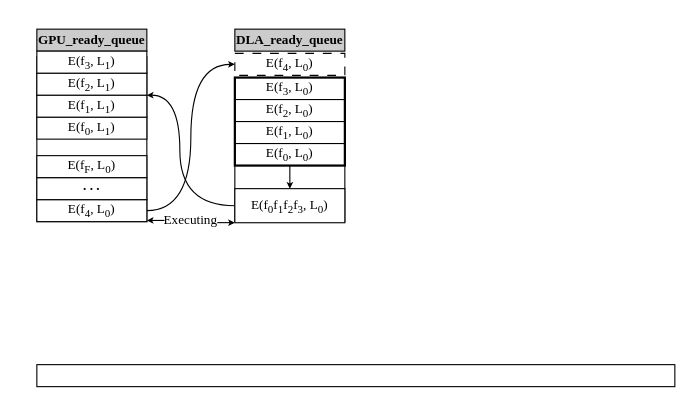
icszhr/hermes keeps this draw.io diagram as figures/design_pipeline.drawio. Above is the earlier version. Source tidied: cells renumbered, new cells numbered last; positions are measured from the earlier drawing's top-left corner, leaving out a move shared by most shapes. Both pictures are drawn from the tidied source at 110%, with x=0, y=0 at pixel (36, 29).
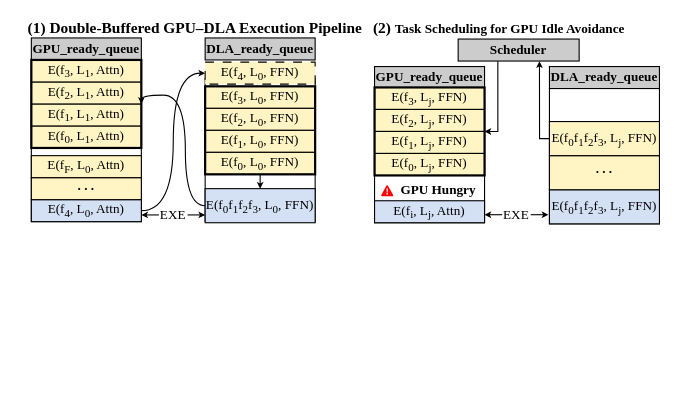
After the change.

What changed in the source:
```diff
@@
     <mxCell id="2" value="&lt;b&gt;GPU_ready_queue&lt;/b&gt;" style="rounded=0;whiteSpace=wrap;html=1;fontFamily=Times New Roman;fillColor=#CCCCCC;" parent="1" vertex="1">
-      <mxGeometry width="100" height="20" as="geometry" />
+      <mxGeometry x="-5" y="8" width="100" height="20" as="geometry" />
     </mxCell>
     <mxCell id="3" style="rounded=0;whiteSpace=wrap;html=1;fontFamily=Times New Roman;" parent="1" vertex="1">
-      <mxGeometry y="25" width="100" height="150" as="geometry" />
+      <mxGeometry x="-5" y="35" width="100" height="140" as="geometry" />
     </mxCell>
     <mxCell id="4" value="&lt;b&gt;DLA_ready_queue&lt;/b&gt;" style="rounded=0;whiteSpace=wrap;html=1;fontFamily=Times New Roman;fillColor=#CCCCCC;" parent="1" vertex="1">
-      <mxGeometry x="180" width="100" height="20" as="geometry" />
+      <mxGeometry x="153" y="8" width="100" height="20" as="geometry" />
     </mxCell>
     <mxCell id="5" style="rounded=0;whiteSpace=wrap;html=1;fontFamily=Times New Roman;" parent="1" vertex="1">
-      <mxGeometry x="180" y="45" width="100" height="130" as="geometry" />
+      <mxGeometry x="153" y="45" width="100" height="130" as="geometry" />
     </mxCell>
@@
-    <mxCell id="7" value="E(f&lt;sub&gt;4&lt;/sub&gt;, L&lt;sub&gt;0&lt;/sub&gt;)" style="rounded=0;whiteSpace=wrap;html=1;fontFamily=Times New Roman;" parent="1" vertex="1">
-      <mxGeometry y="155" width="100" height="20" as="geometry" />
+    <mxCell id="7" value="E(f&lt;sub&gt;4&lt;/sub&gt;, L&lt;sub&gt;0&lt;/sub&gt;, Attn)" style="rounded=0;whiteSpace=wrap;html=1;fontFamily=Times New Roman;fillColor=#D4E1F5;" parent="1" vertex="1">
+      <mxGeometry x="-5" y="155" width="100" height="20" as="geometry" />
     </mxCell>
-    <mxCell id="8" value="&lt;b style=&quot;line-height: 0%;&quot;&gt;. . .&lt;/b&gt;" style="rounded=0;whiteSpace=wrap;html=1;spacingTop=-4;fontFamily=Times New Roman;" parent="1" vertex="1">
-      <mxGeometry y="135" width="100" height="20" as="geometry" />
+    <mxCell id="8" value="&lt;b style=&quot;line-height: 0%;&quot;&gt;. . .&lt;/b&gt;" style="rounded=0;whiteSpace=wrap;html=1;spacingTop=-4;fontFamily=Times New Roman;fillColor=#FFF4C3;" parent="1" vertex="1">
+      <mxGeometry x="-5" y="135" width="100" height="20" as="geometry" />
     </mxCell>
-    <mxCell id="9" value="E(f&lt;sub&gt;F&lt;/sub&gt;, L&lt;sub&gt;0&lt;/sub&gt;)" style="rounded=0;whiteSpace=wrap;html=1;fontFamily=Times New Roman;" parent="1" vertex="1">
-      <mxGeometry y="115" width="100" height="20" as="geometry" />
+    <mxCell id="9" value="E(f&lt;sub&gt;F&lt;/sub&gt;, L&lt;sub&gt;0&lt;/sub&gt;, Attn)" style="rounded=0;whiteSpace=wrap;html=1;fontFamily=Times New Roman;fillColor=#FFF4C3;" parent="1" vertex="1">
+      <mxGeometry x="-5" y="115" width="100" height="20" as="geometry" />
     </mxCell>
-    <mxCell id="10" style="rounded=0;whiteSpace=wrap;html=1;" parent="1" vertex="1">
-      <mxGeometry y="305" width="580" height="20" as="geometry" />
+    <mxCell id="10" value="&lt;b&gt;Scheduler&lt;/b&gt;" style="rounded=0;whiteSpace=wrap;html=1;fontFamily=Times New Roman;fillColor=#CCCCCC;" parent="1" vertex="1">
+      <mxGeometry x="383" y="9" width="110" height="20" as="geometry" />
     </mxCell>
-    <mxCell id="11" value="E(f&lt;sub&gt;3&lt;/sub&gt;, L&lt;sub&gt;0&lt;/sub&gt;)" style="rounded=0;whiteSpace=wrap;html=1;fontFamily=Times New Roman;" parent="1" vertex="1">
-      <mxGeometry x="180" y="44" width="100" height="20" as="geometry" />
+    <mxCell id="11" value="E(f&lt;sub&gt;3&lt;/sub&gt;, L&lt;sub&gt;0&lt;/sub&gt;, FFN)" style="rounded=0;whiteSpace=wrap;html=1;fontFamily=Times New Roman;fillColor=#FFF4C3;" parent="1" vertex="1">
+      <mxGeometry x="153" y="52" width="100" height="20" as="geometry" />
     </mxCell>
-    <mxCell id="12" value="E(f&lt;sub&gt;2&lt;/sub&gt;, L&lt;sub&gt;0&lt;/sub&gt;)" style="rounded=0;whiteSpace=wrap;html=1;fontFamily=Times New Roman;" parent="1" vertex="1">
-      <mxGeometry x="180" y="64" width="100" height="20" as="geometry" />
+    <mxCell id="12" value="E(f&lt;sub&gt;2&lt;/sub&gt;, L&lt;sub&gt;0&lt;/sub&gt;, FFN)" style="rounded=0;whiteSpace=wrap;html=1;fontFamily=Times New Roman;fillColor=#FFF4C3;" parent="1" vertex="1">
+      <mxGeometry x="153" y="72" width="100" height="20" as="geometry" />
     </mxCell>
-    <mxCell id="13" value="E(f&lt;sub&gt;1&lt;/sub&gt;, L&lt;sub&gt;0&lt;/sub&gt;)" style="rounded=0;whiteSpace=wrap;html=1;fontFamily=Times New Roman;" parent="1" vertex="1">
-      <mxGeometry x="180" y="84" width="100" height="20" as="geometry" />
+    <mxCell id="13" value="E(f&lt;sub&gt;1&lt;/sub&gt;, L&lt;sub&gt;0&lt;/sub&gt;, FFN)" style="rounded=0;whiteSpace=wrap;html=1;fontFamily=Times New Roman;fillColor=#FFF4C3;" parent="1" vertex="1">
+      <mxGeometry x="153" y="92" width="100" height="20" as="geometry" />
     </mxCell>
-    <mxCell id="14" value="E(f&lt;sub&gt;0&lt;/sub&gt;, L&lt;sub&gt;1&lt;/sub&gt;)" style="rounded=0;whiteSpace=wrap;html=1;fontFamily=Times New Roman;" parent="1" vertex="1">
-      <mxGeometry y="80" width="100" height="20" as="geometry" />
+    <mxCell id="14" value="E(f&lt;sub&gt;0&lt;/sub&gt;, L&lt;sub&gt;1&lt;/sub&gt;, Attn)" style="rounded=0;whiteSpace=wrap;html=1;fontFamily=Times New Roman;fillColor=#FFF4C3;" parent="1" vertex="1">
+      <mxGeometry x="-5" y="88" width="100" height="20" as="geometry" />
     </mxCell>
-    <mxCell id="15" value="E(f&lt;sub&gt;1&lt;/sub&gt;, L&lt;sub&gt;1&lt;/sub&gt;)" style="rounded=0;whiteSpace=wrap;html=1;fontFamily=Times New Roman;" parent="1" vertex="1">
-      <mxGeometry y="60" width="100" height="20" as="geometry" />
+    <mxCell id="15" value="E(f&lt;sub&gt;1&lt;/sub&gt;, L&lt;sub&gt;1&lt;/sub&gt;, Attn)" style="rounded=0;whiteSpace=wrap;html=1;fontFamily=Times New Roman;fillColor=#FFF4C3;" parent="1" vertex="1">
+      <mxGeometry x="-5" y="68" width="100" height="20" as="geometry" />
     </mxCell>
-    <mxCell id="16" value="E(f&lt;sub&gt;2&lt;/sub&gt;, L&lt;sub&gt;1&lt;/sub&gt;)" style="rounded=0;whiteSpace=wrap;html=1;fontFamily=Times New Roman;" parent="1" vertex="1">
-      <mxGeometry y="40" width="100" height="20" as="geometry" />
+    <mxCell id="16" value="E(f&lt;sub&gt;2&lt;/sub&gt;, L&lt;sub&gt;1&lt;/sub&gt;, Attn)" style="rounded=0;whiteSpace=wrap;html=1;fontFamily=Times New Roman;fillColor=#FFF4C3;" parent="1" vertex="1">
+      <mxGeometry x="-5" y="48" width="100" height="20" as="geometry" />
     </mxCell>
-    <mxCell id="17" value="&lt;font face=&quot;Times New Roman&quot;&gt;Executing&lt;/font&gt;" style="text;html=1;whiteSpace=wrap;strokeColor=none;fillColor=none;align=center;verticalAlign=middle;rounded=0;" parent="1" vertex="1">
-      <mxGeometry x="110" y="172" width="60" height="4" as="geometry" />
+    <mxCell id="17" value="&lt;font face=&quot;Times New Roman&quot;&gt;EXE&lt;/font&gt;" style="text;html=1;whiteSpace=wrap;strokeColor=none;fillColor=none;align=center;verticalAlign=middle;rounded=0;" parent="1" vertex="1">
+      <mxGeometry x="94" y="167" width="60" height="4" as="geometry" />
     </mxCell>
     <mxCell id="18" style="endArrow=classic;html=1;rounded=0;endSize=3;" parent="1" edge="1">
       <mxGeometry relative="1" as="geometry">
-        <mxPoint x="116" y="173.9" as="sourcePoint" />
-        <mxPoint x="100" y="173.9" as="targetPoint" />
+        <mxPoint x="111" y="168.9" as="sourcePoint" />
+        <mxPoint x="95" y="168.9" as="targetPoint" />
       </mxGeometry>
     </mxCell>
     <mxCell id="19" style="endArrow=none;html=1;rounded=0;endSize=3;endFill=0;startArrow=classic;startFill=1;startSize=3;" parent="1" edge="1">
       <mxGeometry relative="1" as="geometry">
-        <mxPoint x="180" y="175.9" as="sourcePoint" />
-        <mxPoint x="164" y="175.9" as="targetPoint" />
+        <mxPoint x="153" y="168.9" as="sourcePoint" />
+        <mxPoint x="137" y="168.9" as="targetPoint" />
       </mxGeometry>
     </mxCell>
     <mxCell id="20" style="edgeStyle=orthogonalEdgeStyle;rounded=0;jettySize=auto;html=1;exitX=0;exitY=0.5;exitDx=0;exitDy=0;entryX=1;entryY=1;entryDx=0;entryDy=0;curved=1;endSize=3;" parent="1" edge="1" source="21" target="16">
       <mxGeometry relative="1" as="geometry">
         <Array as="points">
-          <mxPoint x="130" y="160" />
-          <mxPoint x="130" y="60" />
+          <mxPoint x="135" y="161" />
+          <mxPoint x="135" y="60" />
         </Array>
       </mxGeometry>
     </mxCell>
-    <mxCell id="21" value="E(f&lt;sub&gt;0&lt;/sub&gt;f&lt;sub&gt;1&lt;/sub&gt;f&lt;sub&gt;2&lt;/sub&gt;f&lt;sub&gt;3&lt;/sub&gt;, L&lt;sub&gt;0&lt;/sub&gt;)" style="rounded=0;whiteSpace=wrap;html=1;fontFamily=Times New Roman;" parent="1" vertex="1">
-      <mxGeometry x="180" y="145" width="100" height="31" as="geometry" />
+    <mxCell id="21" value="E(f&lt;sub&gt;0&lt;/sub&gt;f&lt;sub&gt;1&lt;/sub&gt;f&lt;sub&gt;2&lt;/sub&gt;f&lt;sub&gt;3&lt;/sub&gt;, L&lt;sub&gt;0&lt;/sub&gt;, FFN)" style="rounded=0;whiteSpace=wrap;html=1;fontFamily=Times New Roman;fillColor=#D4E1F5;" parent="1" vertex="1">
+      <mxGeometry x="153" y="145" width="100" height="31" as="geometry" />
     </mxCell>
-    <mxCell id="22" value="E(f&lt;sub&gt;0&lt;/sub&gt;, L&lt;sub&gt;0&lt;/sub&gt;)" style="rounded=0;whiteSpace=wrap;html=1;fontFamily=Times New Roman;" parent="1" vertex="1">
-      <mxGeometry x="180" y="104" width="100" height="20" as="geometry" />
+    <mxCell id="22" value="E(f&lt;sub&gt;0&lt;/sub&gt;, L&lt;sub&gt;0&lt;/sub&gt;, FFN)" style="rounded=0;whiteSpace=wrap;html=1;fontFamily=Times New Roman;fillColor=#FFF4C3;" parent="1" vertex="1">
+      <mxGeometry x="153" y="112" width="100" height="20" as="geometry" />
     </mxCell>
@@
     <mxCell id="24" style="rounded=0;whiteSpace=wrap;html=1;strokeWidth=2;fillColor=none;" parent="1" vertex="1">
-      <mxGeometry x="180" y="44" width="100" height="80" as="geometry" />
+      <mxGeometry x="153" y="52" width="100" height="80" as="geometry" />
     </mxCell>
-    <mxCell id="25" value="E(f&lt;sub&gt;3&lt;/sub&gt;, L&lt;sub&gt;1&lt;/sub&gt;)" style="rounded=0;whiteSpace=wrap;html=1;fontFamily=Times New Roman;" parent="1" vertex="1">
-      <mxGeometry y="20" width="100" height="20" as="geometry" />
+    <mxCell id="25" value="E(f&lt;sub&gt;3&lt;/sub&gt;, L&lt;sub&gt;1&lt;/sub&gt;, Attn)" style="rounded=0;whiteSpace=wrap;html=1;fontFamily=Times New Roman;fillColor=#FFF4C3;" parent="1" vertex="1">
+      <mxGeometry x="-5" y="28" width="100" height="20" as="geometry" />
     </mxCell>
-    <mxCell id="26" value="E(f&lt;sub&gt;4&lt;/sub&gt;, L&lt;sub&gt;0&lt;/sub&gt;)" style="rounded=0;whiteSpace=wrap;html=1;fontFamily=Times New Roman;dashed=1;dashPattern=8 8;" parent="1" vertex="1">
-      <mxGeometry x="180" y="22" width="100" height="20" as="geometry" />
+    <mxCell id="26" value="E(f&lt;sub&gt;4&lt;/sub&gt;, L&lt;sub&gt;0&lt;/sub&gt;, FFN)" style="rounded=0;whiteSpace=wrap;html=1;fontFamily=Times New Roman;dashed=1;dashPattern=8 8;fillColor=#FFF4C3;" parent="1" vertex="1">
+      <mxGeometry x="153" y="30" width="100" height="20" as="geometry" />
     </mxCell>
+    <mxCell id="27" value="&lt;b&gt;GPU_ready_queue&lt;/b&gt;" style="rounded=0;whiteSpace=wrap;html=1;fontFamily=Times New Roman;fillColor=#CCCCCC;" parent="1" vertex="1">
+      <mxGeometry x="307" y="34" width="100" height="20" as="geometry" />
+    </mxCell>
+    <mxCell id="28" value="&lt;b&gt;DLA_ready_queue&lt;/b&gt;" style="rounded=0;whiteSpace=wrap;html=1;fontFamily=Times New Roman;fillColor=#CCCCCC;" parent="1" vertex="1">
+      <mxGeometry x="466" y="34" width="100" height="20" as="geometry" />
+    </mxCell>
+    <mxCell id="29" style="rounded=0;whiteSpace=wrap;html=1;fontFamily=Times New Roman;" parent="1" vertex="1">
+      <mxGeometry x="307" y="65" width="100" height="111" as="geometry" />
+    </mxCell>
+    <mxCell id="30" style="rounded=0;whiteSpace=wrap;html=1;fontFamily=Times New Roman;" parent="1" vertex="1">
+      <mxGeometry x="466" y="54" width="100" height="123" as="geometry" />
+    </mxCell>
+    <mxCell id="31" style="rounded=0;whiteSpace=wrap;html=1;strokeWidth=2;fillColor=none;" parent="1" vertex="1">
+      <mxGeometry x="-5" y="28" width="100" height="80" as="geometry" />
+    </mxCell>
+    <mxCell id="32" value="E(f&lt;sub&gt;i&lt;/sub&gt;, L&lt;sub&gt;j&lt;/sub&gt;, Attn)" style="rounded=0;whiteSpace=wrap;html=1;fontFamily=Times New Roman;fillColor=#D4E1F5;" parent="1" vertex="1">
+      <mxGeometry x="307" y="156" width="100" height="20" as="geometry" />
+    </mxCell>
+    <mxCell id="33" value="E(f&lt;sub&gt;0&lt;/sub&gt;f&lt;sub&gt;1&lt;/sub&gt;f&lt;sub&gt;2&lt;/sub&gt;f&lt;sub&gt;3&lt;/sub&gt;, L&lt;sub&gt;j&lt;/sub&gt;, FFN)" style="rounded=0;whiteSpace=wrap;html=1;fontFamily=Times New Roman;fillColor=#D4E1F5;" parent="1" vertex="1">
+      <mxGeometry x="466" y="146" width="100" height="31" as="geometry" />
+    </mxCell>
+    <mxCell id="34" value="&lt;font face=&quot;Times New Roman&quot;&gt;EXE&lt;/font&gt;" style="text;html=1;whiteSpace=wrap;strokeColor=none;fillColor=none;align=center;verticalAlign=middle;rounded=0;" parent="1" vertex="1">
+      <mxGeometry x="406" y="166.8" width="60" height="4" as="geometry" />
+    </mxCell>
+    <mxCell id="35" style="endArrow=classic;html=1;rounded=0;endSize=3;" parent="1" edge="1">
+      <mxGeometry relative="1" as="geometry">
+        <mxPoint x="423" y="168.7" as="sourcePoint" />
+        <mxPoint x="407" y="168.7" as="targetPoint" />
+      </mxGeometry>
+    </mxCell>
+    <mxCell id="36" style="endArrow=none;html=1;rounded=0;endSize=3;endFill=0;startArrow=classic;startFill=1;startSize=3;" parent="1" edge="1">
+      <mxGeometry relative="1" as="geometry">
+        <mxPoint x="465" y="168.7" as="sourcePoint" />
+        <mxPoint x="449" y="168.7" as="targetPoint" />
+      </mxGeometry>
+    </mxCell>
+    <mxCell id="37" value="&lt;b style=&quot;line-height: 0px;&quot;&gt;. . .&lt;/b&gt;" style="rounded=0;whiteSpace=wrap;html=1;fontFamily=Times New Roman;fillColor=#FFF4C3;spacingTop=-7;" parent="1" vertex="1">
+      <mxGeometry x="466" y="115" width="100" height="31" as="geometry" />
+    </mxCell>
+    <mxCell id="38" value="E(f&lt;sub&gt;0&lt;/sub&gt;f&lt;sub&gt;1&lt;/sub&gt;f&lt;sub&gt;2&lt;/sub&gt;f&lt;sub&gt;3&lt;/sub&gt;, L&lt;sub&gt;j&lt;/sub&gt;, FFN)" style="rounded=0;whiteSpace=wrap;html=1;fontFamily=Times New Roman;fillColor=#FFF4C3;" parent="1" vertex="1">
+      <mxGeometry x="466" y="84" width="100" height="31" as="geometry" />
+    </mxCell>
+    <mxCell id="39" style="edgeStyle=orthogonalEdgeStyle;rounded=0;jettySize=auto;html=1;exitX=0;exitY=0.5;exitDx=0;exitDy=0;endSize=3;entryX=0.672;entryY=1.005;entryDx=0;entryDy=0;entryPerimeter=0;" parent="1" edge="1" source="38" target="10">
+      <mxGeometry relative="1" as="geometry">
+        <Array as="points">
+          <mxPoint x="457" y="99" />
+          <mxPoint x="457" y="98" />
+          <mxPoint x="457" y="98" />
+        </Array>
+      </mxGeometry>
+    </mxCell>
+    <mxCell id="40" value="E(f&lt;sub&gt;3&lt;/sub&gt;, L&lt;sub&gt;j&lt;/sub&gt;, FFN)" style="rounded=0;whiteSpace=wrap;html=1;fontFamily=Times New Roman;fillColor=#FFF4C3;" parent="1" vertex="1">
+      <mxGeometry x="307" y="53" width="100" height="20" as="geometry" />
+    </mxCell>
+    <mxCell id="41" value="E(f&lt;sub&gt;2&lt;/sub&gt;, L&lt;sub&gt;j&lt;/sub&gt;, FFN)" style="rounded=0;whiteSpace=wrap;html=1;fontFamily=Times New Roman;fillColor=#FFF4C3;" parent="1" vertex="1">
+      <mxGeometry x="307" y="73" width="100" height="20" as="geometry" />
+    </mxCell>
+    <mxCell id="42" value="E(f&lt;sub&gt;1&lt;/sub&gt;, L&lt;sub&gt;j&lt;/sub&gt;, FFN)" style="rounded=0;whiteSpace=wrap;html=1;fontFamily=Times New Roman;fillColor=#FFF4C3;" parent="1" vertex="1">
+      <mxGeometry x="307" y="93" width="100" height="20" as="geometry" />
+    </mxCell>
+    <mxCell id="43" value="E(f&lt;sub&gt;0&lt;/sub&gt;, L&lt;sub&gt;j&lt;/sub&gt;, FFN)" style="rounded=0;whiteSpace=wrap;html=1;fontFamily=Times New Roman;fillColor=#FFF4C3;" parent="1" vertex="1">
+      <mxGeometry x="307" y="113" width="100" height="20" as="geometry" />
+    </mxCell>
+    <mxCell id="44" style="rounded=0;whiteSpace=wrap;html=1;strokeWidth=2;fillColor=none;" parent="1" vertex="1">
+      <mxGeometry x="307" y="53" width="100" height="80" as="geometry" />
+    </mxCell>
+    <mxCell id="45" value="&lt;b style=&quot;forced-color-adjust: none; color: rgb(0, 0, 0); font-family: &amp;quot;Times New Roman&amp;quot;; font-size: 12px; font-style: normal; font-variant-ligatures: normal; font-variant-caps: normal; letter-spacing: normal; orphans: 2; text-align: center; text-indent: 0px; text-transform: none; widows: 2; word-spacing: 0px; -webkit-text-stroke-width: 0px; white-space: normal; text-decoration-thickness: initial; text-decoration-style: initial; text-decoration-color: initial;&quot;&gt;GPU Hungry&lt;/b&gt;" style="text;whiteSpace=wrap;html=1;labelBackgroundColor=none;" parent="1" vertex="1">
+      <mxGeometry x="329" y="132" width="80" height="20" as="geometry" />
+    </mxCell>
+    <mxCell id="46" style="verticalLabelPosition=bottom;html=1;verticalAlign=top;align=center;strokeColor=none;fillColor=#FF0000;shape=mxgraph.azure.azure_alert;" parent="1" vertex="1">
+      <mxGeometry x="313" y="142" width="11" height="10" as="geometry" />
+    </mxCell>
+    <mxCell id="47" style="edgeStyle=orthogonalEdgeStyle;rounded=0;jettySize=auto;html=1;exitX=1;exitY=0.5;exitDx=0;exitDy=0;entryX=0.328;entryY=1.011;entryDx=0;entryDy=0;entryPerimeter=0;startArrow=classic;startFill=1;endArrow=none;endFill=0;startSize=3;" parent="1" edge="1" source="44" target="10">
+      <mxGeometry relative="1" as="geometry">
+        <Array as="points">
+          <mxPoint x="419" y="93" />
+        </Array>
+      </mxGeometry>
+    </mxCell>
+    <mxCell id="48" value="&lt;font face=&quot;Times New Roman&quot; style=&quot;font-size: 14px;&quot;&gt;&lt;b&gt;(1)&amp;nbsp;Double-Buffered GPU–DLA Execution Pipeline&lt;/b&gt;&lt;/font&gt;" style="text;html=1;whiteSpace=wrap;strokeColor=none;fillColor=none;align=center;verticalAlign=middle;rounded=0;" parent="1" vertex="1">
+      <mxGeometry x="-16" y="-7" width="320" height="14" as="geometry" />
+    </mxCell>
+    <mxCell id="49" value="&lt;b&gt;&lt;font face=&quot;Times New Roman&quot;&gt;&lt;span style=&quot;font-size: 14px; text-align: center;&quot;&gt;(2)&amp;nbsp;&lt;/span&gt;Task Scheduling for GPU Idle Avoidance&lt;/font&gt;&lt;/b&gt;" style="text;whiteSpace=wrap;html=1;verticalAlign=middle;" parent="1" vertex="1">
+      <mxGeometry x="304" y="-7" width="250" height="13" as="geometry" />
+    </mxCell>
```
